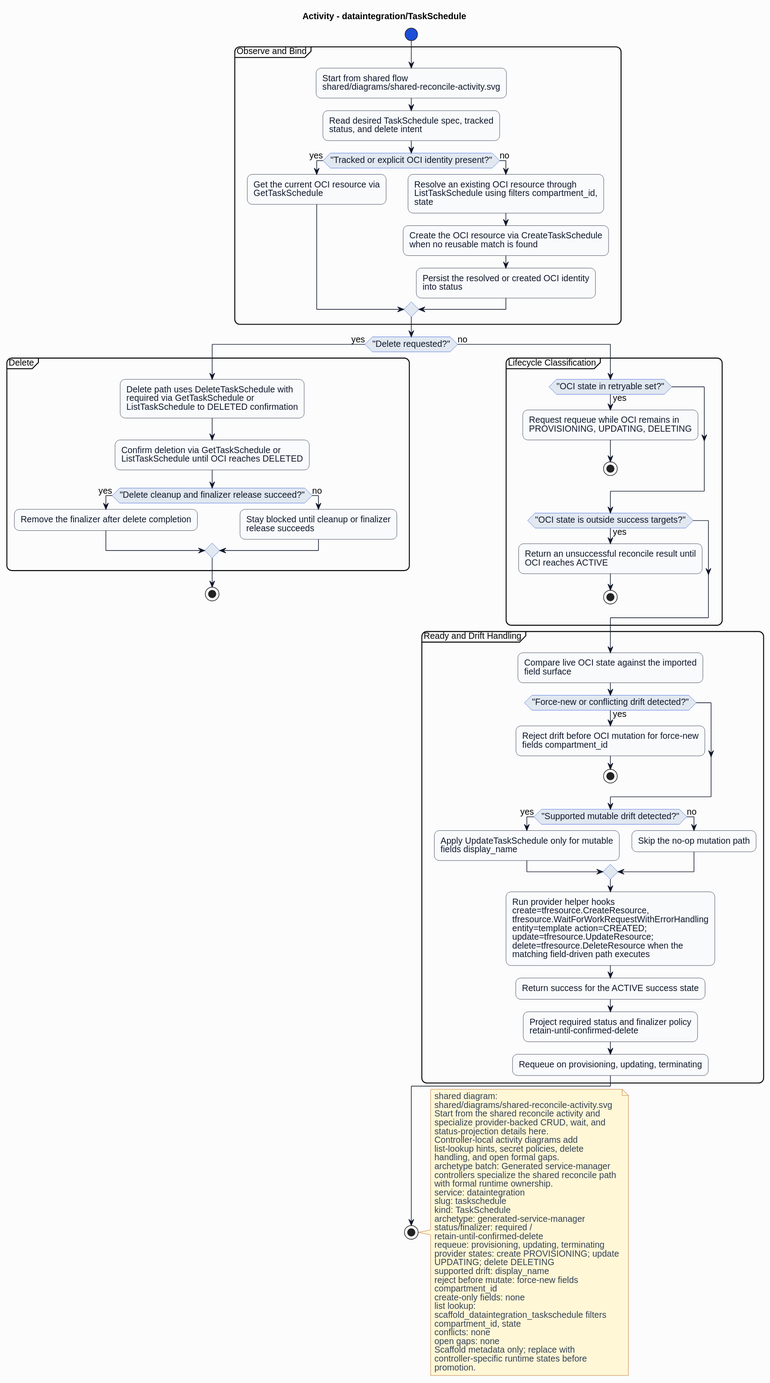
This is formal/controllers/dataintegration/taskschedule/diagrams/activity.svg from HaoyL666/oci-service-operator, a PlantUML export, as it was before one commit.
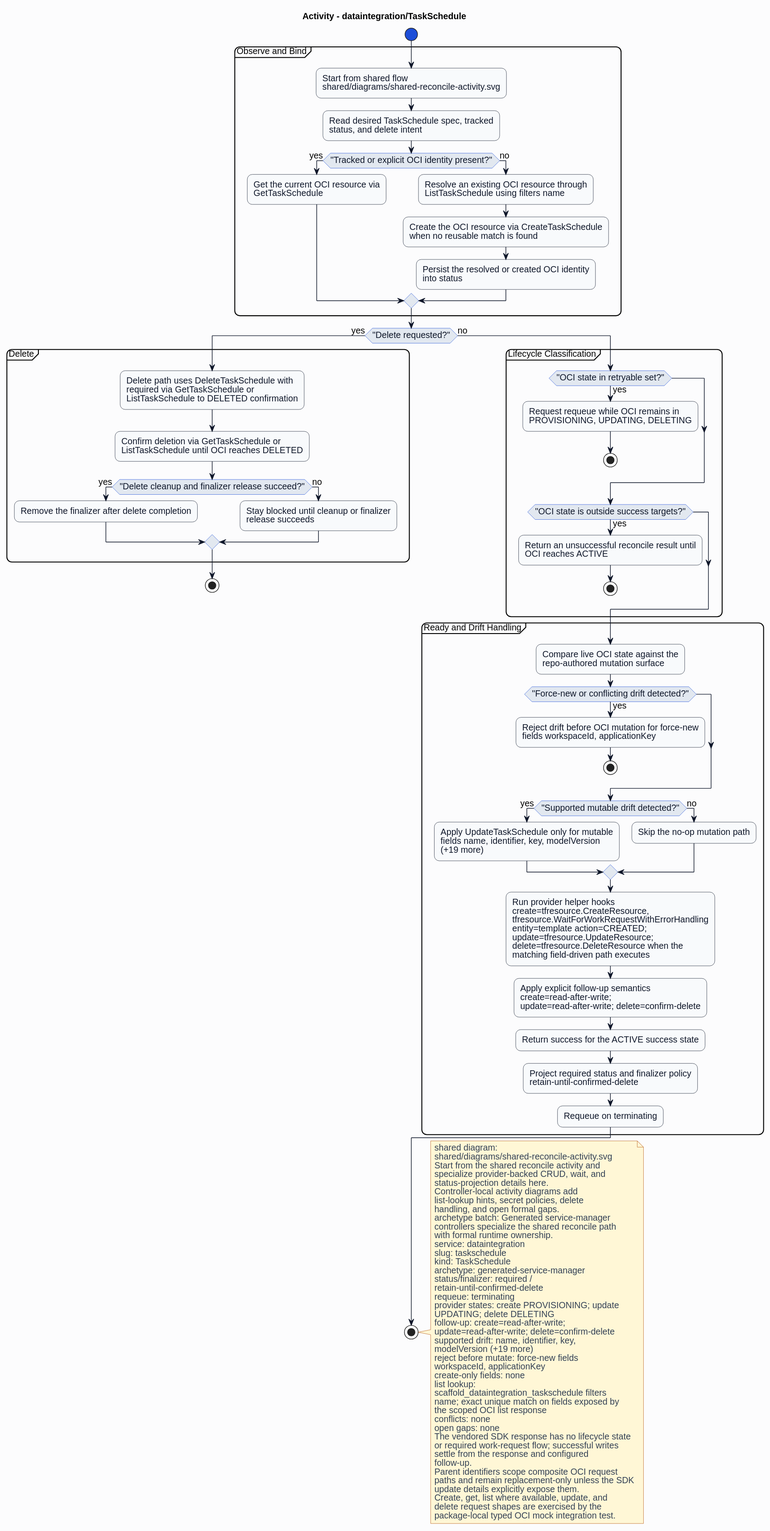
The same diagram one commit later.

What changed in the source:
```diff
@@ -27,7 +27,7 @@
 if ("Tracked or explicit OCI identity present?") then (yes)
 :Get the current OCI resource via\nGetTaskSchedule;
 else (no)
-:Resolve an existing OCI resource through\nListTaskSchedule using filters compartment_id,\nstate;
+:Resolve an existing OCI resource through\nListTaskSchedule using filters name;
 :Create the OCI resource via CreateTaskSchedule\nwhen no reusable match is found;
 :Persist the resolved or created OCI identity\ninto status;
 endif
@@ -55,20 +55,21 @@
 endif
 }
 partition "Ready and Drift Handling" {
-:Compare live OCI state against the imported\nfield surface;
+:Compare live OCI state against the\nrepo-authored mutation surface;
 if ("Force-new or conflicting drift detected?") then (yes)
-:Reject drift before OCI mutation for force-new\nfields compartment_id;
+:Reject drift before OCI mutation for force-new\nfields workspaceId, applicationKey;
 stop
 endif
 if ("Supported mutable drift detected?") then (yes)
-:Apply UpdateTaskSchedule only for mutable\nfields display_name;
+:Apply UpdateTaskSchedule only for mutable\nfields name, identifier, key, modelVersion\n(+19 more);
 else (no)
 :Skip the no-op mutation path;
 endif
 :Run provider helper hooks\ncreate=tfresource.CreateResource,\ntfresource.WaitForWorkRequestWithErrorHandling\nentity=template action=CREATED;\nupdate=tfresource.UpdateResource;\ndelete=tfresource.DeleteResource when the\nmatching field-driven path executes;
+:Apply explicit follow-up semantics\ncreate=read-after-write;\nupdate=read-after-write; delete=confirm-delete;
 :Return success for the ACTIVE success state;
 :Project required status and finalizer policy\nretain-until-confirmed-delete;
-:Requeue on provisioning, updating, terminating;
+:Requeue on terminating;
 }
 endif
 stop
@@ -90,20 +91,31 @@
 archetype: generated-service-manager
 status/finalizer: required /
 retain-until-confirmed-delete
-requeue: provisioning, updating, terminating
+requeue: terminating
 provider states: create PROVISIONING; update
 UPDATING; delete DELETING
-supported drift: display_name
+follow-up: create=read-after-write;
+update=read-after-write; delete=confirm-delete
+supported drift: name, identifier, key,
+modelVersion (+19 more)
 reject before mutate: force-new fields
-compartment_id
+workspaceId, applicationKey
 create-only fields: none
 list lookup:
 scaffold_dataintegration_taskschedule filters
-compartment_id, state
+name; exact unique match on fields exposed by
+the scoped OCI list response
 conflicts: none
 open gaps: none
-Scaffold metadata only; replace with
-controller-specific runtime states before
-promotion.
+The vendored SDK response has no lifecycle state
+or required work-request flow; successful writes
+settle from the response and configured
+follow-up.
+Parent identifiers scope composite OCI request
+paths and remain replacement-only unless the SDK
+update details explicitly expose them.
+Create, get, list where available, update, and
+delete request shapes are exercised by the
+package-local typed OCI mock integration test.
 end note
 @enduml
```
